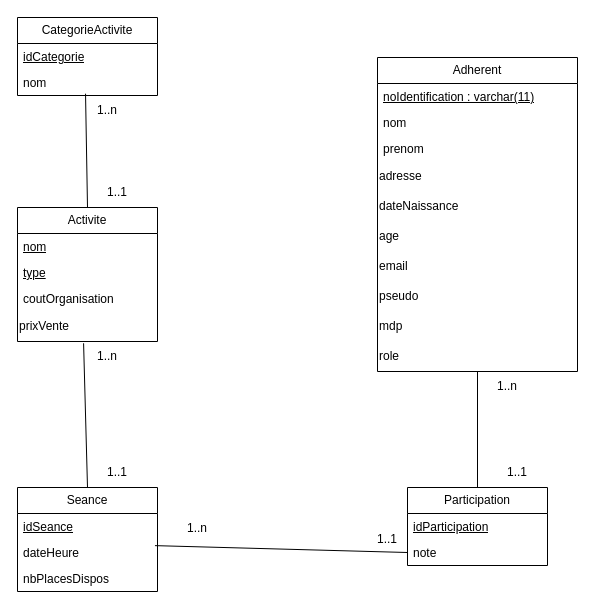
This is ProjetFinalBDProg.drawio from FloFlo410/Prog-Graphique-Projet-Final, a draw.io file, before an edit. Source tidied: cells renumbered, new cells numbered last; positions are measured from the earlier drawing's top-left corner, leaving out a move shared by most shapes. Both pictures are drawn from the tidied source at 100%, with x=0, y=0 at pixel (17, 17).
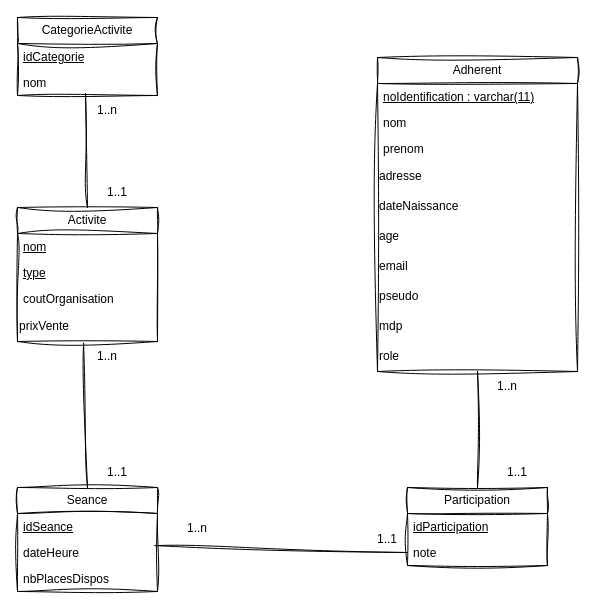
The same diagram, later.

Diff of the diagram source:
```diff
@@
-    <mxCell id="2" value="Activite" style="swimlane;fontStyle=0;horizontal=1;startSize=26;fillColor=none;whiteSpace=wrap;html=1;" parent="1" vertex="1">
+    <mxCell id="2" value="Activite" style="swimlane;fontStyle=0;horizontal=1;startSize=26;fillColor=none;whiteSpace=wrap;html=1;shadow=0;sketch=1;curveFitting=1;jiggle=2;" parent="1" vertex="1">
       <mxGeometry y="190" width="140" height="134" as="geometry" />
     </mxCell>
-    <mxCell id="3" value="nom" style="text;strokeColor=none;fillColor=none;align=left;verticalAlign=top;spacingLeft=4;spacingRight=4;overflow=hidden;whiteSpace=wrap;html=1;fontStyle=4;" parent="2" vertex="1">
+    <mxCell id="3" value="nom" style="text;strokeColor=none;fillColor=none;align=left;verticalAlign=top;spacingLeft=4;spacingRight=4;overflow=hidden;whiteSpace=wrap;html=1;fontStyle=4;shadow=0;sketch=1;curveFitting=1;jiggle=2;" parent="2" vertex="1">
       <mxGeometry y="26" width="140" height="26" as="geometry" />
     </mxCell>
-    <mxCell id="4" value="type" style="text;strokeColor=none;fillColor=none;align=left;verticalAlign=top;spacingLeft=4;spacingRight=4;overflow=hidden;whiteSpace=wrap;html=1;fontStyle=4;" parent="2" vertex="1">
+    <mxCell id="4" value="type" style="text;strokeColor=none;fillColor=none;align=left;verticalAlign=top;spacingLeft=4;spacingRight=4;overflow=hidden;whiteSpace=wrap;html=1;fontStyle=4;shadow=0;sketch=1;curveFitting=1;jiggle=2;" parent="2" vertex="1">
       <mxGeometry y="52" width="140" height="26" as="geometry" />
     </mxCell>
-    <mxCell id="5" value="coutOrganisation" style="text;strokeColor=none;fillColor=none;align=left;verticalAlign=top;spacingLeft=4;spacingRight=4;overflow=hidden;whiteSpace=wrap;html=1;" parent="2" vertex="1">
+    <mxCell id="5" value="coutOrganisation" style="text;strokeColor=none;fillColor=none;align=left;verticalAlign=top;spacingLeft=4;spacingRight=4;overflow=hidden;whiteSpace=wrap;html=1;shadow=0;sketch=1;curveFitting=1;jiggle=2;" parent="2" vertex="1">
       <mxGeometry y="78" width="140" height="26" as="geometry" />
     </mxCell>
-    <mxCell id="6" value="&lt;div&gt;prixVente&lt;/div&gt;" style="text;html=1;align=left;verticalAlign=middle;whiteSpace=wrap;rounded=0;" parent="2" vertex="1">
+    <mxCell id="6" value="&lt;div&gt;prixVente&lt;/div&gt;" style="text;html=1;align=left;verticalAlign=middle;whiteSpace=wrap;rounded=0;shadow=0;sketch=1;curveFitting=1;jiggle=2;" parent="2" vertex="1">
       <mxGeometry y="104" width="140" height="30" as="geometry" />
     </mxCell>
-    <mxCell id="7" value="Seance" style="swimlane;fontStyle=0;horizontal=1;startSize=26;fillColor=none;whiteSpace=wrap;html=1;" parent="1" vertex="1">
+    <mxCell id="7" value="Seance" style="swimlane;fontStyle=0;horizontal=1;startSize=26;fillColor=none;whiteSpace=wrap;html=1;shadow=0;sketch=1;curveFitting=1;jiggle=2;" parent="1" vertex="1">
       <mxGeometry y="470" width="140" height="104" as="geometry" />
     </mxCell>
-    <mxCell id="8" value="idSeance" style="text;strokeColor=none;fillColor=none;align=left;verticalAlign=top;spacingLeft=4;spacingRight=4;overflow=hidden;whiteSpace=wrap;html=1;fontStyle=4;" parent="7" vertex="1">
+    <mxCell id="8" value="idSeance" style="text;strokeColor=none;fillColor=none;align=left;verticalAlign=top;spacingLeft=4;spacingRight=4;overflow=hidden;whiteSpace=wrap;html=1;fontStyle=4;shadow=0;sketch=1;curveFitting=1;jiggle=2;" parent="7" vertex="1">
       <mxGeometry y="26" width="140" height="26" as="geometry" />
     </mxCell>
-    <mxCell id="9" value="dateHeure" style="text;strokeColor=none;fillColor=none;align=left;verticalAlign=top;spacingLeft=4;spacingRight=4;overflow=hidden;points=[[0,0.5],[1,0.5]];portConstraint=eastwest;whiteSpace=wrap;html=1;" parent="7" vertex="1">
+    <mxCell id="9" value="dateHeure" style="text;strokeColor=none;fillColor=none;align=left;verticalAlign=top;spacingLeft=4;spacingRight=4;overflow=hidden;points=[[0,0.5],[1,0.5]];portConstraint=eastwest;whiteSpace=wrap;html=1;shadow=0;sketch=1;curveFitting=1;jiggle=2;" parent="7" vertex="1">
       <mxGeometry y="52" width="140" height="26" as="geometry" />
     </mxCell>
-    <mxCell id="10" value="nbPlacesDispos" style="text;strokeColor=none;fillColor=none;align=left;verticalAlign=top;spacingLeft=4;spacingRight=4;overflow=hidden;whiteSpace=wrap;html=1;" parent="7" vertex="1">
+    <mxCell id="10" value="nbPlacesDispos" style="text;strokeColor=none;fillColor=none;align=left;verticalAlign=top;spacingLeft=4;spacingRight=4;overflow=hidden;whiteSpace=wrap;html=1;shadow=0;sketch=1;curveFitting=1;jiggle=2;" parent="7" vertex="1">
       <mxGeometry y="78" width="140" height="26" as="geometry" />
     </mxCell>
-    <mxCell id="11" value="Adherent" style="swimlane;fontStyle=0;horizontal=1;startSize=26;fillColor=none;whiteSpace=wrap;html=1;" parent="1" vertex="1">
+    <mxCell id="11" value="Adherent" style="swimlane;fontStyle=0;horizontal=1;startSize=26;fillColor=none;whiteSpace=wrap;html=1;shadow=0;sketch=1;curveFitting=1;jiggle=2;" parent="1" vertex="1">
       <mxGeometry x="360" y="40" width="200" height="314" as="geometry" />
     </mxCell>
-    <mxCell id="12" value="noIdentification : varchar(11)" style="text;strokeColor=none;fillColor=none;align=left;verticalAlign=top;spacingLeft=4;spacingRight=4;overflow=hidden;whiteSpace=wrap;html=1;fontStyle=4;" parent="11" vertex="1">
+    <mxCell id="12" value="noIdentification : varchar(11)" style="text;strokeColor=none;fillColor=none;align=left;verticalAlign=top;spacingLeft=4;spacingRight=4;overflow=hidden;whiteSpace=wrap;html=1;fontStyle=4;shadow=0;sketch=1;curveFitting=1;jiggle=2;" parent="11" vertex="1">
       <mxGeometry y="26" width="200" height="26" as="geometry" />
     </mxCell>
-    <mxCell id="13" value="nom" style="text;strokeColor=none;fillColor=none;align=left;verticalAlign=top;spacingLeft=4;spacingRight=4;overflow=hidden;whiteSpace=wrap;html=1;" parent="11" vertex="1">
+    <mxCell id="13" value="nom" style="text;strokeColor=none;fillColor=none;align=left;verticalAlign=top;spacingLeft=4;spacingRight=4;overflow=hidden;whiteSpace=wrap;html=1;shadow=0;sketch=1;curveFitting=1;jiggle=2;" parent="11" vertex="1">
       <mxGeometry y="52" width="200" height="26" as="geometry" />
     </mxCell>
-    <mxCell id="14" value="prenom" style="text;strokeColor=none;fillColor=none;align=left;verticalAlign=top;spacingLeft=4;spacingRight=4;overflow=hidden;whiteSpace=wrap;html=1;" parent="11" vertex="1">
+    <mxCell id="14" value="prenom" style="text;strokeColor=none;fillColor=none;align=left;verticalAlign=top;spacingLeft=4;spacingRight=4;overflow=hidden;whiteSpace=wrap;html=1;shadow=0;sketch=1;curveFitting=1;jiggle=2;" parent="11" vertex="1">
       <mxGeometry y="78" width="200" height="26" as="geometry" />
     </mxCell>
-    <mxCell id="15" value="adresse" style="text;html=1;align=left;verticalAlign=middle;whiteSpace=wrap;rounded=0;" parent="11" vertex="1">
+    <mxCell id="15" value="adresse" style="text;html=1;align=left;verticalAlign=middle;whiteSpace=wrap;rounded=0;shadow=0;sketch=1;curveFitting=1;jiggle=2;" parent="11" vertex="1">
       <mxGeometry y="104" width="200" height="30" as="geometry" />
     </mxCell>
-    <mxCell id="16" value="dateNaissance" style="text;html=1;align=left;verticalAlign=middle;whiteSpace=wrap;rounded=0;" parent="11" vertex="1">
+    <mxCell id="16" value="dateNaissance" style="text;html=1;align=left;verticalAlign=middle;whiteSpace=wrap;rounded=0;shadow=0;sketch=1;curveFitting=1;jiggle=2;" parent="11" vertex="1">
       <mxGeometry y="134" width="200" height="30" as="geometry" />
     </mxCell>
-    <mxCell id="17" value="age" style="text;html=1;align=left;verticalAlign=middle;whiteSpace=wrap;rounded=0;" parent="11" vertex="1">
+    <mxCell id="17" value="age" style="text;html=1;align=left;verticalAlign=middle;whiteSpace=wrap;rounded=0;shadow=0;sketch=1;curveFitting=1;jiggle=2;" parent="11" vertex="1">
       <mxGeometry y="164" width="200" height="30" as="geometry" />
     </mxCell>
-    <mxCell id="18" value="&lt;div align=&quot;left&quot;&gt;email&lt;/div&gt;" style="text;html=1;align=left;verticalAlign=middle;whiteSpace=wrap;rounded=0;" parent="11" vertex="1">
+    <mxCell id="18" value="&lt;div align=&quot;left&quot;&gt;email&lt;/div&gt;" style="text;html=1;align=left;verticalAlign=middle;whiteSpace=wrap;rounded=0;shadow=0;sketch=1;curveFitting=1;jiggle=2;" parent="11" vertex="1">
       <mxGeometry y="194" width="200" height="30" as="geometry" />
     </mxCell>
-    <mxCell id="19" value="&lt;div align=&quot;left&quot;&gt;pseudo&lt;/div&gt;" style="text;html=1;align=left;verticalAlign=middle;whiteSpace=wrap;rounded=0;" parent="11" vertex="1">
+    <mxCell id="19" value="&lt;div align=&quot;left&quot;&gt;pseudo&lt;/div&gt;" style="text;html=1;align=left;verticalAlign=middle;whiteSpace=wrap;rounded=0;shadow=0;sketch=1;curveFitting=1;jiggle=2;" parent="11" vertex="1">
       <mxGeometry y="224" width="200" height="30" as="geometry" />
     </mxCell>
-    <mxCell id="20" value="&lt;div align=&quot;left&quot;&gt;mdp&lt;/div&gt;" style="text;html=1;align=left;verticalAlign=middle;whiteSpace=wrap;rounded=0;" parent="11" vertex="1">
+    <mxCell id="20" value="&lt;div align=&quot;left&quot;&gt;mdp&lt;/div&gt;" style="text;html=1;align=left;verticalAlign=middle;whiteSpace=wrap;rounded=0;shadow=0;sketch=1;curveFitting=1;jiggle=2;" parent="11" vertex="1">
       <mxGeometry y="254" width="200" height="30" as="geometry" />
     </mxCell>
-    <mxCell id="21" value="&lt;div align=&quot;left&quot;&gt;role&lt;/div&gt;" style="text;html=1;align=left;verticalAlign=middle;whiteSpace=wrap;rounded=0;" parent="11" vertex="1">
+    <mxCell id="21" value="&lt;div align=&quot;left&quot;&gt;role&lt;/div&gt;" style="text;html=1;align=left;verticalAlign=middle;whiteSpace=wrap;rounded=0;shadow=0;sketch=1;curveFitting=1;jiggle=2;" parent="11" vertex="1">
       <mxGeometry y="284" width="200" height="30" as="geometry" />
     </mxCell>
-    <mxCell id="22" style="endArrow=none;html=1;rounded=0;entryX=0.472;entryY=1.059;entryDx=0;entryDy=0;entryPerimeter=0;exitX=0.5;exitY=0;exitDx=0;exitDy=0;" parent="1" edge="1" source="7" target="6">
+    <mxCell id="22" style="endArrow=none;html=1;rounded=0;entryX=0.472;entryY=1.059;entryDx=0;entryDy=0;entryPerimeter=0;exitX=0.5;exitY=0;exitDx=0;exitDy=0;shadow=0;sketch=1;curveFitting=1;jiggle=2;" parent="1" edge="1" source="7" target="6">
       <mxGeometry relative="1" as="geometry" />
     </mxCell>
-    <mxCell id="23" value="1..n" style="text;html=1;align=center;verticalAlign=middle;whiteSpace=wrap;rounded=0;" parent="1" vertex="1">
+    <mxCell id="23" value="1..n" style="text;html=1;align=center;verticalAlign=middle;whiteSpace=wrap;rounded=0;shadow=0;sketch=1;curveFitting=1;jiggle=2;" parent="1" vertex="1">
       <mxGeometry x="60" y="324" width="60" height="30" as="geometry" />
     </mxCell>
-    <mxCell id="24" value="1..1" style="text;html=1;align=center;verticalAlign=middle;whiteSpace=wrap;rounded=0;" parent="1" vertex="1">
+    <mxCell id="24" value="1..1" style="text;html=1;align=center;verticalAlign=middle;whiteSpace=wrap;rounded=0;shadow=0;sketch=1;curveFitting=1;jiggle=2;" parent="1" vertex="1">
       <mxGeometry x="70" y="440" width="60" height="30" as="geometry" />
     </mxCell>
-    <mxCell id="25" value="Participation" style="swimlane;fontStyle=0;horizontal=1;startSize=26;fillColor=none;whiteSpace=wrap;html=1;" parent="1" vertex="1">
+    <mxCell id="25" value="Participation" style="swimlane;fontStyle=0;horizontal=1;startSize=26;fillColor=none;whiteSpace=wrap;html=1;shadow=0;sketch=1;curveFitting=1;jiggle=2;" parent="1" vertex="1">
       <mxGeometry x="390" y="470" width="140" height="78" as="geometry" />
     </mxCell>
-    <mxCell id="26" value="idParticipation" style="text;strokeColor=none;fillColor=none;align=left;verticalAlign=top;spacingLeft=4;spacingRight=4;overflow=hidden;whiteSpace=wrap;html=1;fontStyle=4;" parent="25" vertex="1">
+    <mxCell id="26" value="idParticipation" style="text;strokeColor=none;fillColor=none;align=left;verticalAlign=top;spacingLeft=4;spacingRight=4;overflow=hidden;whiteSpace=wrap;html=1;fontStyle=4;shadow=0;sketch=1;curveFitting=1;jiggle=2;" parent="25" vertex="1">
       <mxGeometry y="26" width="140" height="26" as="geometry" />
     </mxCell>
-    <mxCell id="27" value="note" style="text;strokeColor=none;fillColor=none;align=left;verticalAlign=top;spacingLeft=4;spacingRight=4;overflow=hidden;points=[[0,0.5],[1,0.5]];portConstraint=eastwest;whiteSpace=wrap;html=1;" parent="25" vertex="1">
+    <mxCell id="27" value="note" style="text;strokeColor=none;fillColor=none;align=left;verticalAlign=top;spacingLeft=4;spacingRight=4;overflow=hidden;points=[[0,0.5],[1,0.5]];portConstraint=eastwest;whiteSpace=wrap;html=1;shadow=0;sketch=1;curveFitting=1;jiggle=2;" parent="25" vertex="1">
       <mxGeometry y="52" width="140" height="26" as="geometry" />
     </mxCell>
-    <mxCell id="28" style="endArrow=none;html=1;rounded=0;exitX=0.982;exitY=0.236;exitDx=0;exitDy=0;exitPerimeter=0;entryX=0;entryY=0.5;entryDx=0;entryDy=0;" parent="1" edge="1" source="9" target="27">
+    <mxCell id="28" style="endArrow=none;html=1;rounded=0;exitX=0.982;exitY=0.236;exitDx=0;exitDy=0;exitPerimeter=0;entryX=0;entryY=0.5;entryDx=0;entryDy=0;shadow=0;sketch=1;curveFitting=1;jiggle=2;" parent="1" edge="1" source="9" target="27">
       <mxGeometry relative="1" as="geometry" />
     </mxCell>
-    <mxCell id="29" style="endArrow=none;html=1;rounded=0;entryX=0.5;entryY=1;entryDx=0;entryDy=0;exitX=0.5;exitY=0;exitDx=0;exitDy=0;" parent="1" edge="1" source="25" target="21">
+    <mxCell id="29" style="endArrow=none;html=1;rounded=0;entryX=0.5;entryY=1;entryDx=0;entryDy=0;exitX=0.5;exitY=0;exitDx=0;exitDy=0;shadow=0;sketch=1;curveFitting=1;jiggle=2;" parent="1" edge="1" source="25" target="21">
       <mxGeometry relative="1" as="geometry" />
     </mxCell>
-    <mxCell id="30" value="1..n" style="text;html=1;align=center;verticalAlign=middle;whiteSpace=wrap;rounded=0;" parent="1" vertex="1">
+    <mxCell id="30" value="1..n" style="text;html=1;align=center;verticalAlign=middle;whiteSpace=wrap;rounded=0;shadow=0;sketch=1;curveFitting=1;jiggle=2;" parent="1" vertex="1">
       <mxGeometry x="150" y="496" width="60" height="30" as="geometry" />
     </mxCell>
-    <mxCell id="31" value="CategorieActivite" style="swimlane;fontStyle=0;horizontal=1;startSize=26;fillColor=none;whiteSpace=wrap;html=1;" parent="1" vertex="1">
+    <mxCell id="31" value="CategorieActivite" style="swimlane;fontStyle=0;horizontal=1;startSize=26;fillColor=none;whiteSpace=wrap;html=1;shadow=0;sketch=1;curveFitting=1;jiggle=2;" parent="1" vertex="1">
       <mxGeometry width="140" height="78" as="geometry" />
     </mxCell>
-    <mxCell id="32" value="&lt;u&gt;idCategorie&lt;/u&gt;" style="text;strokeColor=none;fillColor=none;align=left;verticalAlign=top;spacingLeft=4;spacingRight=4;overflow=hidden;whiteSpace=wrap;html=1;" parent="31" vertex="1">
+    <mxCell id="32" value="&lt;u&gt;idCategorie&lt;/u&gt;" style="text;strokeColor=none;fillColor=none;align=left;verticalAlign=top;spacingLeft=4;spacingRight=4;overflow=hidden;whiteSpace=wrap;html=1;shadow=0;sketch=1;curveFitting=1;jiggle=2;" parent="31" vertex="1">
       <mxGeometry y="26" width="140" height="26" as="geometry" />
     </mxCell>
-    <mxCell id="33" value="nom" style="text;strokeColor=none;fillColor=none;align=left;verticalAlign=top;spacingLeft=4;spacingRight=4;overflow=hidden;points=[[0,0.5],[1,0.5]];portConstraint=eastwest;whiteSpace=wrap;html=1;" parent="31" vertex="1">
+    <mxCell id="33" value="nom" style="text;strokeColor=none;fillColor=none;align=left;verticalAlign=top;spacingLeft=4;spacingRight=4;overflow=hidden;points=[[0,0.5],[1,0.5]];portConstraint=eastwest;whiteSpace=wrap;html=1;shadow=0;sketch=1;curveFitting=1;jiggle=2;" parent="31" vertex="1">
       <mxGeometry y="52" width="140" height="26" as="geometry" />
     </mxCell>
-    <mxCell id="34" value="&lt;div&gt;1..1&lt;/div&gt;" style="text;html=1;align=center;verticalAlign=middle;whiteSpace=wrap;rounded=0;" parent="1" vertex="1">
+    <mxCell id="34" value="&lt;div&gt;1..1&lt;/div&gt;" style="text;html=1;align=center;verticalAlign=middle;whiteSpace=wrap;rounded=0;shadow=0;sketch=1;curveFitting=1;jiggle=2;" parent="1" vertex="1">
       <mxGeometry x="340" y="507" width="60" height="30" as="geometry" />
     </mxCell>
-    <mxCell id="35" value="&lt;div&gt;1..1&lt;/div&gt;" style="text;html=1;align=center;verticalAlign=middle;whiteSpace=wrap;rounded=0;" parent="1" vertex="1">
+    <mxCell id="35" value="&lt;div&gt;1..1&lt;/div&gt;" style="text;html=1;align=center;verticalAlign=middle;whiteSpace=wrap;rounded=0;shadow=0;sketch=1;curveFitting=1;jiggle=2;" parent="1" vertex="1">
       <mxGeometry x="470" y="440" width="60" height="30" as="geometry" />
     </mxCell>
-    <mxCell id="36" value="&lt;div&gt;1..n&lt;/div&gt;" style="text;html=1;align=center;verticalAlign=middle;whiteSpace=wrap;rounded=0;" parent="1" vertex="1">
+    <mxCell id="36" value="&lt;div&gt;1..n&lt;/div&gt;" style="text;html=1;align=center;verticalAlign=middle;whiteSpace=wrap;rounded=0;shadow=0;sketch=1;curveFitting=1;jiggle=2;" parent="1" vertex="1">
       <mxGeometry x="460" y="354" width="60" height="30" as="geometry" />
     </mxCell>
-    <mxCell id="37" style="endArrow=none;html=1;rounded=0;entryX=0.486;entryY=0.931;entryDx=0;entryDy=0;entryPerimeter=0;exitX=0.5;exitY=0;exitDx=0;exitDy=0;" parent="1" edge="1" source="2" target="33">
+    <mxCell id="37" style="endArrow=none;html=1;rounded=0;entryX=0.486;entryY=0.931;entryDx=0;entryDy=0;entryPerimeter=0;exitX=0.5;exitY=0;exitDx=0;exitDy=0;shadow=0;sketch=1;curveFitting=1;jiggle=2;" parent="1" edge="1" source="2" target="33">
       <mxGeometry relative="1" as="geometry" />
     </mxCell>
-    <mxCell id="38" value="1..n" style="text;html=1;align=center;verticalAlign=middle;whiteSpace=wrap;rounded=0;" parent="1" vertex="1">
+    <mxCell id="38" value="1..n" style="text;html=1;align=center;verticalAlign=middle;whiteSpace=wrap;rounded=0;shadow=0;sketch=1;curveFitting=1;jiggle=2;" parent="1" vertex="1">
       <mxGeometry x="60" y="78" width="60" height="30" as="geometry" />
     </mxCell>
-    <mxCell id="39" value="1..1" style="text;html=1;align=center;verticalAlign=middle;whiteSpace=wrap;rounded=0;" parent="1" vertex="1">
+    <mxCell id="39" value="1..1" style="text;html=1;align=center;verticalAlign=middle;whiteSpace=wrap;rounded=0;shadow=0;sketch=1;curveFitting=1;jiggle=2;" parent="1" vertex="1">
       <mxGeometry x="70" y="160" width="60" height="30" as="geometry" />
     </mxCell>
```
